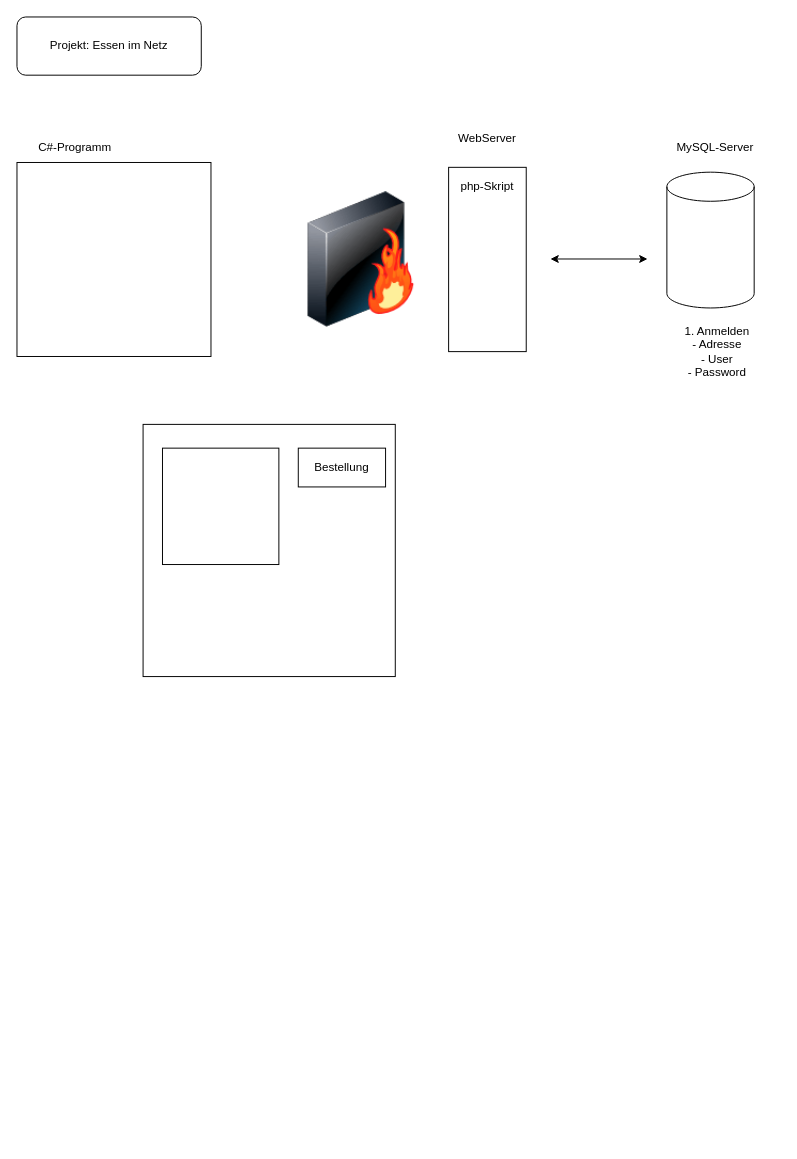
labpa/Schule keeps this draw.io diagram as C#/img/C#.drawio. Above is the earlier version. Source tidied: cells renumbered, new cells numbered last; positions are measured from the earlier drawing's top-left corner, leaving out a move shared by most shapes. Both pictures are drawn from the tidied source at 97%, with x=0, y=0 at pixel (16, 16).
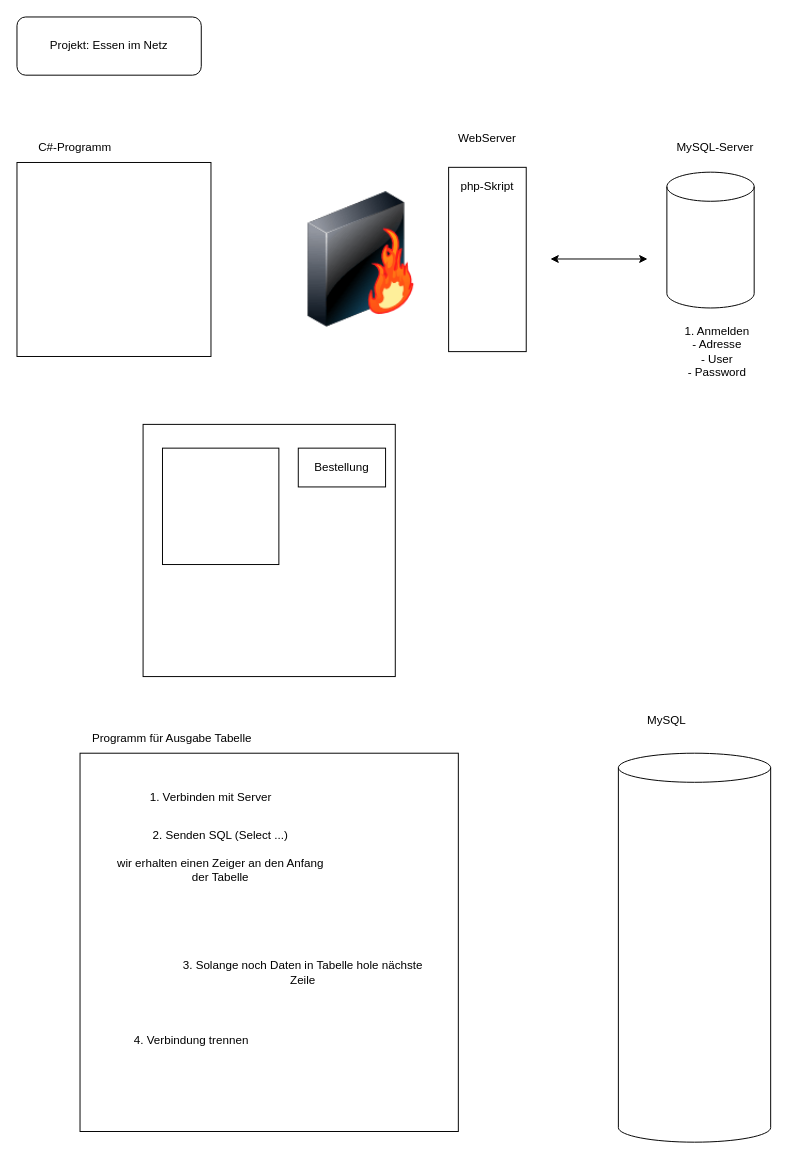
The same page after the edit.

What changed in the source:
```diff
@@
+    <mxCell id="16" style="whiteSpace=wrap;html=1;" parent="1" vertex="1">
+      <mxGeometry x="65" y="759" width="390" height="390" as="geometry" />
+    </mxCell>
+    <mxCell id="17" style="shape=cylinder3;whiteSpace=wrap;html=1;boundedLbl=1;backgroundOutline=1;size=15;" parent="1" vertex="1">
+      <mxGeometry x="620" y="759" width="157" height="401" as="geometry" />
+    </mxCell>
+    <mxCell id="18" value="Programm für Ausgabe Tabelle" style="text;html=1;strokeColor=none;fillColor=none;align=center;verticalAlign=middle;whiteSpace=wrap;rounded=0;" parent="1" vertex="1">
+      <mxGeometry x="65" y="729" width="190" height="30" as="geometry" />
+    </mxCell>
+    <mxCell id="19" value="1. Verbinden mit Server" style="text;html=1;strokeColor=none;fillColor=none;align=center;verticalAlign=middle;whiteSpace=wrap;rounded=0;" parent="1" vertex="1">
+      <mxGeometry x="100" y="790" width="200" height="30" as="geometry" />
+    </mxCell>
+    <mxCell id="20" value="2. Senden SQL (Select ...)&lt;br&gt;&lt;br&gt;wir erhalten einen Zeiger an den Anfang der Tabelle" style="text;html=1;strokeColor=none;fillColor=none;align=center;verticalAlign=middle;whiteSpace=wrap;rounded=0;" parent="1" vertex="1">
+      <mxGeometry x="95" y="850" width="230" height="30" as="geometry" />
+    </mxCell>
+    <mxCell id="21" value="3. Solange noch Daten in Tabelle hole nächste Zeile" style="text;html=1;strokeColor=none;fillColor=none;align=center;verticalAlign=middle;whiteSpace=wrap;rounded=0;" parent="1" vertex="1">
+      <mxGeometry x="170" y="970" width="250" height="30" as="geometry" />
+    </mxCell>
+    <mxCell id="22" value="4. Verbindung trennen" style="text;html=1;strokeColor=none;fillColor=none;align=center;verticalAlign=middle;whiteSpace=wrap;rounded=0;" parent="1" vertex="1">
+      <mxGeometry x="105" y="1040" width="150" height="30" as="geometry" />
+    </mxCell>
+    <mxCell id="23" value="MySQL" style="text;html=1;strokeColor=none;fillColor=none;align=center;verticalAlign=middle;whiteSpace=wrap;rounded=0;" parent="1" vertex="1">
+      <mxGeometry x="640" y="710" width="60" height="30" as="geometry" />
+    </mxCell>
```
